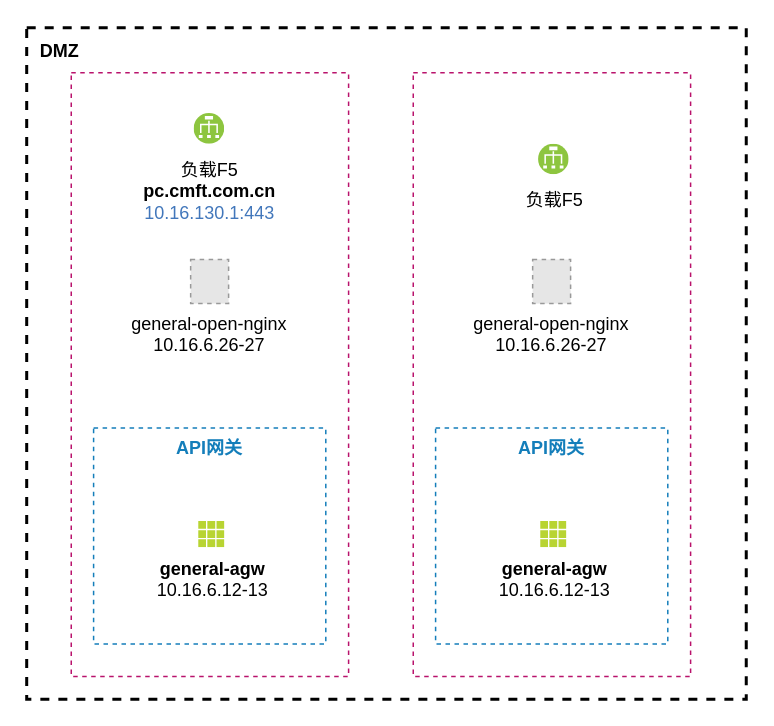
Earlier version of the draw.io diagram page "域名复用" (3 of 3) of drawio/通用中台网关现状.drawio (hezhuma/image-repo). Source tidied: cells renumbered, new cells numbered last; positions are measured from the earlier drawing's top-left corner, leaving out a move shared by most shapes. Both pictures are drawn from the tidied source at 150%, with x=0, y=0 at pixel (26, 27). Pictures stored in the file or linked from it are replaced by grey dashed boxes.
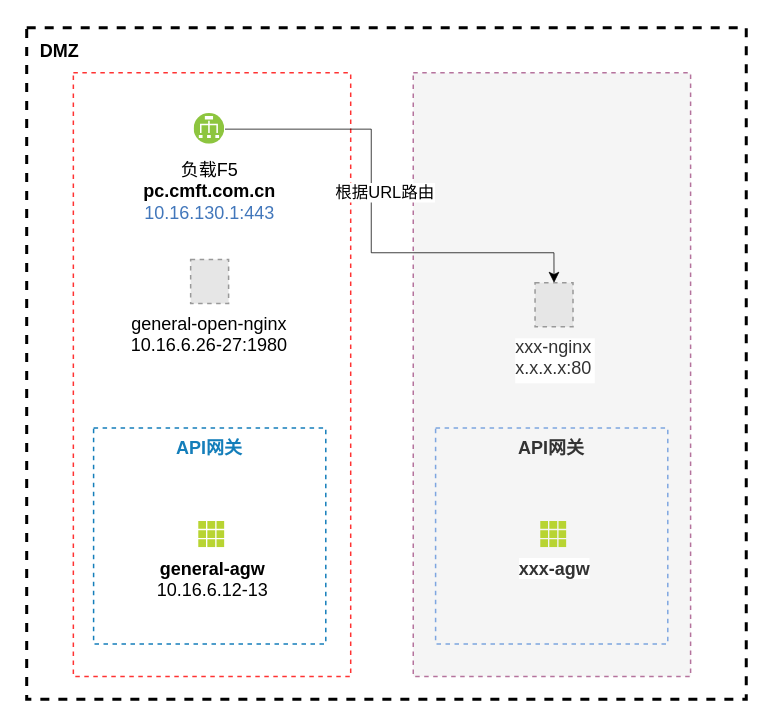
After the change.

Commit message:
更新通用中台网关现状.drawio

Diff of the diagram source:
```diff
@@
 <mxGraphModel>
   <root>
     <mxCell id="0" />
     <mxCell id="1" parent="0" />
     <mxCell id="2" style="fillColor=none;strokeColor=#000000;dashed=1;verticalAlign=top;fontStyle=1;fontColor=#000000;strokeWidth=2;" parent="1" vertex="1">
       <mxGeometry x="0.3" width="479.7" height="447.7" as="geometry" />
     </mxCell>
+    <mxCell id="14" style="dashed=1;verticalAlign=top;fontStyle=1;strokeColor=#FF3333;" parent="1" vertex="1">
+      <mxGeometry x="31.4" y="30" width="184.9" height="402.5" as="geometry" />
+    </mxCell>
-    <mxCell id="3" style="fillColor=none;strokeColor=#b9136c;dashed=1;verticalAlign=top;fontStyle=1;fontColor=#147EBA;" parent="1" vertex="1">
+    <mxCell id="3" style="fillColor=#f5f5f5;strokeColor=#B5739D;dashed=1;verticalAlign=top;fontStyle=1;fontColor=#333333;" parent="1" vertex="1">
       <mxGeometry x="258" y="30" width="184.9" height="402.5" as="geometry" />
     </mxCell>
+    <mxCell id="15" style="edgeStyle=orthogonalEdgeStyle;rounded=0;jettySize=auto;html=1;entryX=0.5;entryY=0;entryDx=0;entryDy=0;strokeWidth=0.5;" parent="1" edge="1" source="4" target="13">
+      <mxGeometry relative="1" as="geometry">
+        <Array as="points">
+          <mxPoint x="230" y="68" />
+          <mxPoint x="230" y="150" />
+          <mxPoint x="352" y="150" />
+        </Array>
+      </mxGeometry>
+    </mxCell>
+    <mxCell id="16" value="根据URL路由" style="edgeLabel;html=1;align=center;verticalAlign=middle;" parent="15" vertex="1">
+      <mxGeometry x="-0.78" y="2" relative="1" as="geometry">
+        <mxPoint x="71" y="44" as="offset" />
+      </mxGeometry>
+    </mxCell>
     <mxCell id="4" value="&lt;font color=&quot;#000000&quot;&gt;负载F5&lt;br&gt;&lt;/font&gt;&lt;b style=&quot;color: rgb(0, 0, 0);&quot;&gt;pc.cmft.com.cn&lt;/b&gt;&lt;br style=&quot;color: rgb(0, 0, 0);&quot;&gt;10.16.130.1:443&lt;font color=&quot;#000000&quot;&gt;&lt;br&gt;&lt;/font&gt;" style="perimeter=ellipsePerimeter;html=1;align=center;shadow=0;dashed=0;fontColor=#4277BB;labelBackgroundColor=#ffffff;fontSize=12;spacingTop=3;image;image=img/lib/ibm/vpc/LoadBalancer.svg;strokeColor=#3399FF;strokeWidth=2;" parent="1" vertex="1">
       <mxGeometry x="112.1" y="57.4" width="20.4" height="20.4" as="geometry" />
     </mxCell>
     <mxCell id="5" value="API网关" style="fillColor=none;strokeColor=#147EBA;dashed=1;verticalAlign=top;fontStyle=1;fontColor=#147EBA;" parent="1" vertex="1">
       <mxGeometry x="44.9" y="266.8" width="154.8" height="144" as="geometry" />
     </mxCell>
     <mxCell id="6" value="&lt;b&gt;general-agw&lt;/b&gt;&lt;br&gt;10.16.6.12-13" style="html=1;align=center;image;fontSize=12;image=img/lib/mscae/Grid3x3.svg;dashed=1;strokeColor=#3399FF;strokeWidth=2;" parent="1" vertex="1">
       <mxGeometry x="115.1" y="329.3" width="17.5" height="17.5" as="geometry" />
     </mxCell>
-    <mxCell id="7" value="general-open-nginx&#10;10.16.6.26-27" style="fillColor=#E6E6E6;strokeColor=#999999;dashed=1;verticalLabelPosition=bottom;labelBackgroundColor=default;verticalAlign=top;" parent="1" vertex="1">
+    <mxCell id="7" value="general-open-nginx&#10;10.16.6.26-27:1980" style="fillColor=#E6E6E6;strokeColor=#999999;dashed=1;verticalLabelPosition=bottom;labelBackgroundColor=default;verticalAlign=top;" parent="1" vertex="1">
       <mxGeometry x="109.6" y="154.5" width="25.3" height="29.4" as="geometry" />
     </mxCell>
-    <mxCell id="8" style="fillColor=none;strokeColor=#b9136c;dashed=1;verticalAlign=top;fontStyle=1;fontColor=#147EBA;" parent="1" vertex="1">
-      <mxGeometry x="30" y="30" width="184.9" height="402.5" as="geometry" />
-    </mxCell>
     <mxCell id="9" value="&lt;b&gt;DMZ&lt;/b&gt;" style="text;html=1;strokeColor=none;fillColor=none;align=center;verticalAlign=middle;whiteSpace=wrap;rounded=0;" parent="1" vertex="1">
       <mxGeometry x="0.1" y="1.4" width="44.8" height="28.6" as="geometry" />
     </mxCell>
-    <mxCell id="10" value="&lt;font color=&quot;#000000&quot;&gt;负载F5&lt;/font&gt;&lt;font color=&quot;#000000&quot;&gt;&lt;br&gt;&lt;/font&gt;" style="perimeter=ellipsePerimeter;html=1;align=center;shadow=0;dashed=0;fontColor=#4277BB;labelBackgroundColor=#ffffff;fontSize=12;spacingTop=3;image;image=img/lib/ibm/vpc/LoadBalancer.svg;strokeColor=#3399FF;strokeWidth=2;" parent="1" vertex="1">
-      <mxGeometry x="341.7" y="77.8" width="20.4" height="20.4" as="geometry" />
-    </mxCell>
-    <mxCell id="11" value="API网关" style="fillColor=none;strokeColor=#147EBA;dashed=1;verticalAlign=top;fontStyle=1;fontColor=#147EBA;" parent="1" vertex="1">
+    <mxCell id="11" value="API网关" style="fillColor=#f5f5f5;strokeColor=#7EA6E0;dashed=1;verticalAlign=top;fontStyle=1;fontColor=#333333;" parent="1" vertex="1">
       <mxGeometry x="272.9" y="266.8" width="154.8" height="144" as="geometry" />
     </mxCell>
-    <mxCell id="12" value="&lt;b&gt;general-agw&lt;/b&gt;&lt;br&gt;10.16.6.12-13" style="html=1;align=center;image;fontSize=12;image=img/lib/mscae/Grid3x3.svg;dashed=1;strokeColor=#3399FF;strokeWidth=2;" parent="1" vertex="1">
+    <mxCell id="12" value="&lt;b&gt;xxx-agw&lt;/b&gt;" style="html=1;align=center;image;fontSize=12;image=img/lib/mscae/Grid3x3.svg;dashed=1;strokeColor=#666666;strokeWidth=2;fillColor=#f5f5f5;fontColor=#333333;" parent="1" vertex="1">
       <mxGeometry x="343.1" y="329.3" width="17.5" height="17.5" as="geometry" />
     </mxCell>
-    <mxCell id="13" value="general-open-nginx&#10;10.16.6.26-27" style="fillColor=#E6E6E6;strokeColor=#999999;dashed=1;verticalLabelPosition=bottom;labelBackgroundColor=default;verticalAlign=top;" parent="1" vertex="1">
-      <mxGeometry x="337.6" y="154.5" width="25.3" height="29.4" as="geometry" />
+    <mxCell id="13" value="xxx-nginx&#10;x.x.x.x:80" style="fillColor=#E6E6E6;strokeColor=#999999;dashed=1;verticalLabelPosition=bottom;labelBackgroundColor=default;verticalAlign=top;fontColor=#333333;" parent="1" vertex="1">
+      <mxGeometry x="339.2" y="170" width="25.3" height="29.4" as="geometry" />
     </mxCell>
   </root>
 </mxGraphModel>
```
